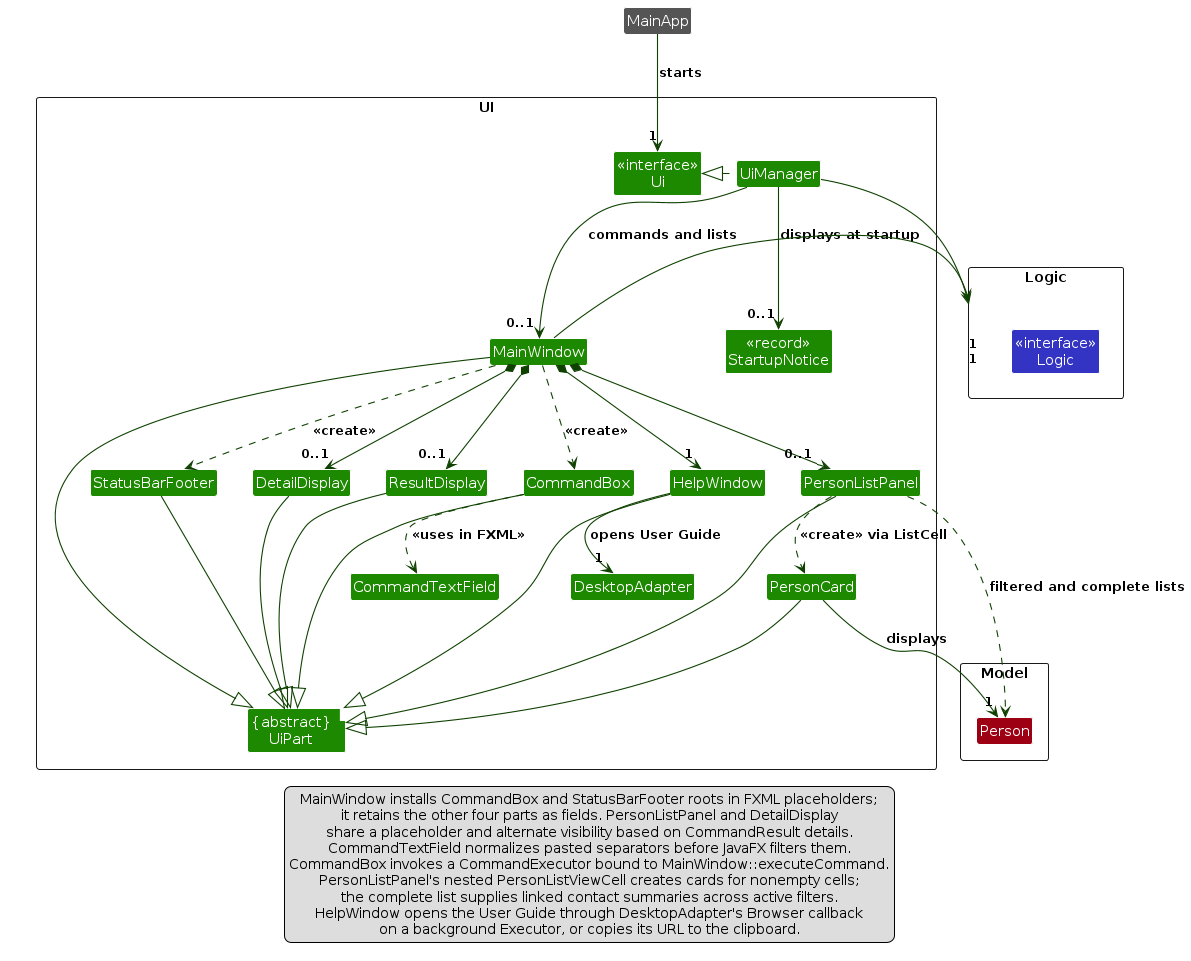
The PlantUML diagram diagrams/UiClassDiagram.png in AY2627S1-CS2103T-T16-2/tp, before a commit. Its source is kept beside it as diagrams/UiClassDiagram.puml.
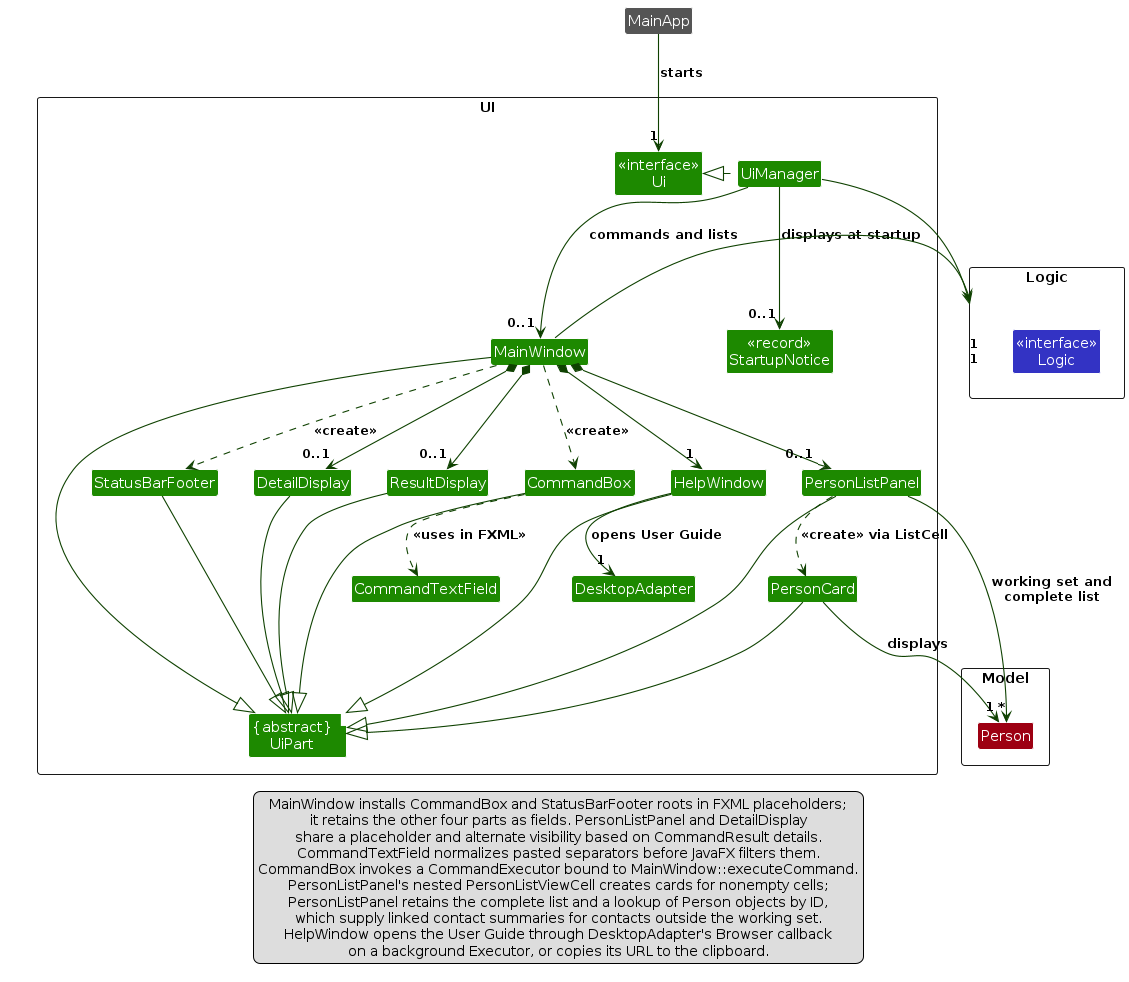
The same file after the commit.

Change to the diagram source:
```diff
@@ -56,7 +56,7 @@
 MainWindow -left-> "1" Logic : commands and lists
 
 PersonListPanel ..> PersonCard : <<create>> via ListCell
-PersonListPanel ..> Person : filtered and complete lists
+PersonListPanel --> "*" Person : working set and\ncomplete list
 PersonCard --> "1" Person : displays
 HelpWindow --> "1" DesktopAdapter : opens User Guide
 
@@ -73,7 +73,8 @@
   CommandTextField normalizes pasted separators before JavaFX filters them.
   CommandBox invokes a CommandExecutor bound to MainWindow::executeCommand.
   PersonListPanel's nested PersonListViewCell creates cards for nonempty cells;
-  the complete list supplies linked contact summaries across active filters.
+  PersonListPanel retains the complete list and a lookup of Person objects by ID,
+  which supply linked contact summaries for contacts outside the working set.
   HelpWindow opens the User Guide through DesktopAdapter's Browser callback
   on a background Executor, or copies its URL to the clipboard.
 endlegend
```
